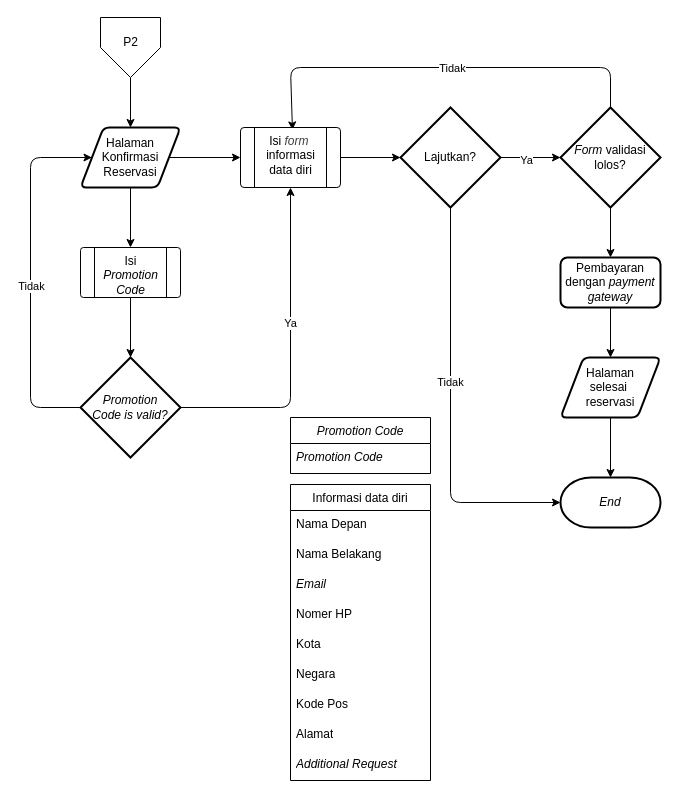
Earlier version of the draw.io diagram page "flowchart-confirm-public" (5 of 8) of diagram/diagram.drawio (Hans-Star18/ta-booking-system). Source tidied: cells renumbered, new cells numbered last; positions are measured from the earlier drawing's top-left corner, leaving out a move shared by most shapes. Both pictures are drawn from the tidied source at 100%, with x=0, y=0 at pixel (30, 17).
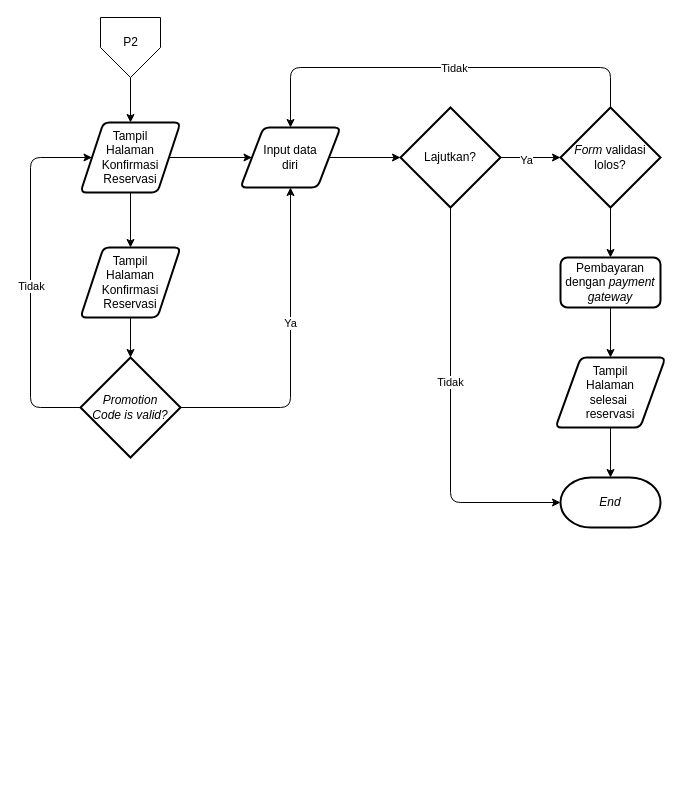
After the change.

Unchanged cells that the change refers to:
```xml
<mxCell id="13" value="&lt;i&gt;Promotion&lt;/i&gt;&lt;div&gt;&lt;i&gt;Code is valid?&lt;/i&gt;&lt;/div&gt;" style="strokeWidth=2;html=1;shape=mxgraph.flowchart.decision;whiteSpace=wrap;" parent="1" vertex="1">
  <mxGeometry x="50" y="340" width="100" height="100" as="geometry" />
</mxCell>
<mxCell id="15" value="Lajutkan?" style="strokeWidth=2;html=1;shape=mxgraph.flowchart.decision;whiteSpace=wrap;" parent="1" vertex="1">
  <mxGeometry x="370" y="90" width="100" height="100" as="geometry" />
</mxCell>
<mxCell id="20" value="&lt;i&gt;Form &lt;/i&gt;validasi lolos?" style="strokeWidth=2;html=1;shape=mxgraph.flowchart.decision;whiteSpace=wrap;" parent="1" vertex="1">
  <mxGeometry x="530" y="90" width="100" height="100" as="geometry" />
</mxCell>
```

The edit, as a diff of the source:
```diff
@@
-    <mxCell id="5" style="edgeStyle=none;html=1;entryX=0.5;entryY=0;entryDx=0;entryDy=0;" parent="1" edge="1" source="7" target="34">
+    <mxCell id="5" style="edgeStyle=none;html=1;entryX=0.5;entryY=0;entryDx=0;entryDy=0;" parent="1" edge="1" source="7" target="48">
       <mxGeometry relative="1" as="geometry" />
     </mxCell>
-    <mxCell id="6" style="edgeStyle=none;html=1;entryX=0;entryY=0.5;entryDx=0;entryDy=0;" parent="1" edge="1" source="7" target="31">
+    <mxCell id="6" style="edgeStyle=none;html=1;entryX=0;entryY=0.5;entryDx=0;entryDy=0;" parent="1" edge="1" source="7" target="49">
       <mxGeometry relative="1" as="geometry" />
     </mxCell>
-    <mxCell id="7" value="Halaman&lt;div&gt;Konfirmasi&lt;/div&gt;&lt;div&gt;Reservasi&lt;/div&gt;" style="shape=parallelogram;html=1;strokeWidth=2;perimeter=parallelogramPerimeter;whiteSpace=wrap;rounded=1;arcSize=12;size=0.23;" parent="1" vertex="1">
-      <mxGeometry x="50" y="110" width="100" height="60" as="geometry" />
+    <mxCell id="7" value="&lt;div&gt;Tampil&lt;/div&gt;Halaman&lt;div&gt;Konfirmasi&lt;/div&gt;&lt;div&gt;Reservasi&lt;/div&gt;" style="shape=parallelogram;html=1;strokeWidth=2;perimeter=parallelogramPerimeter;whiteSpace=wrap;rounded=1;arcSize=12;size=0.23;" parent="1" vertex="1">
+      <mxGeometry x="50" y="105" width="100" height="70" as="geometry" />
     </mxCell>
@@
-    <mxCell id="11" style="edgeStyle=none;html=1;entryX=0.5;entryY=1;entryDx=0;entryDy=0;" parent="1" edge="1" source="13" target="31">
+    <mxCell id="11" style="edgeStyle=none;html=1;entryX=0.5;entryY=1;entryDx=0;entryDy=0;" parent="1" edge="1" source="13" target="49">
       <mxGeometry relative="1" as="geometry">
         <Array as="points">
           <mxPoint x="260" y="390" />
         </Array>
       </mxGeometry>
     </mxCell>
@@
-    <mxCell id="14" style="edgeStyle=none;html=1;entryX=0.5;entryY=0;entryDx=0;entryDy=0;entryPerimeter=0;exitX=0.5;exitY=1;exitDx=0;exitDy=0;" parent="1" edge="1" source="34" target="13">
+    <mxCell id="14" style="edgeStyle=none;html=1;entryX=0.5;entryY=0;entryDx=0;entryDy=0;entryPerimeter=0;exitX=0.5;exitY=1;exitDx=0;exitDy=0;" parent="1" edge="1" source="48" target="13">
       <mxGeometry relative="1" as="geometry" />
     </mxCell>
@@
-    <mxCell id="16" style="edgeStyle=none;html=1;entryX=0;entryY=0.5;entryDx=0;entryDy=0;entryPerimeter=0;exitX=1;exitY=0.5;exitDx=0;exitDy=0;" parent="1" edge="1" source="31" target="15">
+    <mxCell id="16" style="edgeStyle=none;html=1;entryX=0;entryY=0.5;entryDx=0;entryDy=0;entryPerimeter=0;exitX=1;exitY=0.5;exitDx=0;exitDy=0;" parent="1" edge="1" source="49" target="15">
       <mxGeometry relative="1" as="geometry" />
     </mxCell>
-    <mxCell id="17" style="edgeStyle=none;html=1;entryX=0.528;entryY=0.078;entryDx=0;entryDy=0;entryPerimeter=0;" parent="1" edge="1" source="20" target="32">
+    <mxCell id="17" style="edgeStyle=none;html=1;entryX=0.5;entryY=0;entryDx=0;entryDy=0;" parent="1" edge="1" source="20" target="49">
       <mxGeometry relative="1" as="geometry">
         <Array as="points">
           <mxPoint x="580" y="50" />
           <mxPoint x="260" y="50" />
         </Array>
       </mxGeometry>
     </mxCell>
@@
-    <mxCell id="25" value="Halaman&lt;div&gt;selesai&amp;nbsp;&lt;/div&gt;&lt;div&gt;reservasi&lt;/div&gt;" style="shape=parallelogram;html=1;strokeWidth=2;perimeter=parallelogramPerimeter;whiteSpace=wrap;rounded=1;arcSize=12;size=0.23;" parent="1" vertex="1">
-      <mxGeometry x="530" y="340" width="100" height="60" as="geometry" />
+    <mxCell id="25" value="Tampil&lt;div&gt;Halaman&lt;div&gt;selesai&amp;nbsp;&lt;/div&gt;&lt;div&gt;reservasi&lt;/div&gt;&lt;/div&gt;" style="shape=parallelogram;html=1;strokeWidth=2;perimeter=parallelogramPerimeter;whiteSpace=wrap;rounded=1;arcSize=12;size=0.23;" parent="1" vertex="1">
+      <mxGeometry x="525" y="340" width="110" height="70" as="geometry" />
     </mxCell>
@@
-    <mxCell id="30" style="group;" parent="1" vertex="1">
-      <mxGeometry x="210" y="110" width="100" height="80" as="geometry" />
-    </mxCell>
-    <mxCell id="31" style="verticalLabelPosition=bottom;verticalAlign=top;html=1;shape=process;whiteSpace=wrap;rounded=1;size=0.14;arcSize=6;" parent="30" vertex="1">
-      <mxGeometry width="100" height="60" as="geometry" />
-    </mxCell>
-    <mxCell id="32" value="&lt;span style=&quot;color: rgb(0, 0, 0); text-wrap-mode: wrap;&quot;&gt;Isi&amp;nbsp;&lt;/span&gt;&lt;i style=&quot;color: rgb(63, 63, 63); scrollbar-color: rgb(226, 226, 226) rgb(251, 251, 251); text-wrap-mode: wrap;&quot;&gt;form&amp;nbsp;&lt;/i&gt;&lt;div&gt;&lt;span style=&quot;color: rgb(0, 0, 0); text-wrap-mode: wrap;&quot;&gt;informasi&lt;/span&gt;&lt;/div&gt;&lt;div&gt;&lt;span style=&quot;color: rgb(0, 0, 0); text-wrap-mode: wrap;&quot;&gt;data diri&lt;/span&gt;&lt;/div&gt;" style="text;html=1;align=center;verticalAlign=middle;points=[];strokeColor=none;fillColor=none;" parent="30" vertex="1">
-      <mxGeometry x="15" y="-2.3" width="70" height="60" as="geometry" />
-    </mxCell>
-    <mxCell id="33" style="group;" parent="1" vertex="1">
-      <mxGeometry x="50" y="230" width="100" height="58.3" as="geometry" />
-    </mxCell>
-    <mxCell id="34" style="verticalLabelPosition=bottom;verticalAlign=top;html=1;shape=process;whiteSpace=wrap;rounded=1;size=0.14;arcSize=6;" parent="33" vertex="1">
-      <mxGeometry width="100" height="50" as="geometry" />
-    </mxCell>
-    <mxCell id="35" value="Isi&lt;div&gt;&lt;i&gt;Promotion&lt;/i&gt;&lt;/div&gt;&lt;div&gt;&lt;i&gt;Code&lt;/i&gt;&lt;/div&gt;" style="text;html=1;align=center;verticalAlign=middle;strokeColor=none;fillColor=none;" parent="33" vertex="1">
-      <mxGeometry x="10" y="-1.7" width="80" height="60" as="geometry" />
-    </mxCell>
-    <mxCell id="36" value="Promotion Code" style="swimlane;fontStyle=2;horizontal=1;startSize=26;align=center;fontSize=12;" parent="1" vertex="1">
-      <mxGeometry x="260" y="400" width="140" height="56" as="geometry" />
-    </mxCell>
-    <mxCell id="37" value="&lt;i&gt;Promotion Code&lt;/i&gt;" style="text;strokeColor=none;fillColor=none;spacingLeft=4;spacingRight=4;overflow=hidden;fontSize=12;whiteSpace=wrap;html=1;" parent="36" vertex="1">
-      <mxGeometry y="26" width="140" height="30" as="geometry" />
-    </mxCell>
-    <mxCell id="38" value="Informasi data diri" style="swimlane;fontStyle=0;horizontal=1;startSize=26;align=center;fontSize=12;" parent="1" vertex="1">
-      <mxGeometry x="260" y="467" width="140" height="296" as="geometry" />
-    </mxCell>
-    <mxCell id="39" value="Nama Depan" style="text;strokeColor=none;fillColor=none;spacingLeft=4;spacingRight=4;overflow=hidden;fontSize=12;whiteSpace=wrap;html=1;" parent="38" vertex="1">
-      <mxGeometry y="26" width="140" height="30" as="geometry" />
-    </mxCell>
-    <mxCell id="40" value="Nama Belakang" style="text;strokeColor=none;fillColor=none;spacingLeft=4;spacingRight=4;overflow=hidden;fontSize=12;whiteSpace=wrap;html=1;" parent="38" vertex="1">
-      <mxGeometry y="56" width="140" height="30" as="geometry" />
-    </mxCell>
-    <mxCell id="41" value="&lt;i&gt;Email&amp;nbsp;&lt;/i&gt;" style="text;strokeColor=none;fillColor=none;spacingLeft=4;spacingRight=4;overflow=hidden;fontSize=12;whiteSpace=wrap;html=1;" parent="38" vertex="1">
-      <mxGeometry y="86" width="140" height="30" as="geometry" />
-    </mxCell>
-    <mxCell id="42" value="Nomer HP" style="text;strokeColor=none;fillColor=none;spacingLeft=4;spacingRight=4;overflow=hidden;fontSize=12;whiteSpace=wrap;html=1;" parent="38" vertex="1">
-      <mxGeometry y="116" width="140" height="30" as="geometry" />
-    </mxCell>
-    <mxCell id="43" value="Kota" style="text;strokeColor=none;fillColor=none;spacingLeft=4;spacingRight=4;overflow=hidden;fontSize=12;whiteSpace=wrap;html=1;" parent="38" vertex="1">
-      <mxGeometry y="146" width="140" height="30" as="geometry" />
-    </mxCell>
-    <mxCell id="44" value="Negara" style="text;strokeColor=none;fillColor=none;spacingLeft=4;spacingRight=4;overflow=hidden;fontSize=12;whiteSpace=wrap;html=1;" parent="38" vertex="1">
-      <mxGeometry y="176" width="140" height="30" as="geometry" />
-    </mxCell>
-    <mxCell id="45" value="Kode Pos" style="text;strokeColor=none;fillColor=none;spacingLeft=4;spacingRight=4;overflow=hidden;fontSize=12;whiteSpace=wrap;html=1;" parent="38" vertex="1">
-      <mxGeometry y="206" width="140" height="30" as="geometry" />
-    </mxCell>
-    <mxCell id="46" value="Alamat" style="text;strokeColor=none;fillColor=none;spacingLeft=4;spacingRight=4;overflow=hidden;fontSize=12;whiteSpace=wrap;html=1;" parent="38" vertex="1">
-      <mxGeometry y="236" width="140" height="30" as="geometry" />
-    </mxCell>
-    <mxCell id="47" value="&lt;i&gt;Additional Request&amp;nbsp;&lt;/i&gt;" style="text;strokeColor=none;fillColor=none;spacingLeft=4;spacingRight=4;overflow=hidden;fontSize=12;whiteSpace=wrap;html=1;" parent="38" vertex="1">
-      <mxGeometry y="266" width="140" height="30" as="geometry" />
-    </mxCell>
+    <mxCell id="48" value="Tampil&lt;div&gt;Halaman&lt;div&gt;Konfirmasi&lt;/div&gt;&lt;div&gt;Reservasi&lt;/div&gt;&lt;/div&gt;" style="shape=parallelogram;html=1;strokeWidth=2;perimeter=parallelogramPerimeter;whiteSpace=wrap;rounded=1;arcSize=12;size=0.23;" parent="1" vertex="1">
+      <mxGeometry x="50" y="230" width="100" height="70" as="geometry" />
+    </mxCell>
+    <mxCell id="49" value="Input data&lt;div&gt;diri&lt;/div&gt;" style="shape=parallelogram;html=1;strokeWidth=2;perimeter=parallelogramPerimeter;whiteSpace=wrap;rounded=1;arcSize=12;size=0.23;" parent="1" vertex="1">
+      <mxGeometry x="210" y="110" width="100" height="60" as="geometry" />
+    </mxCell>
```
